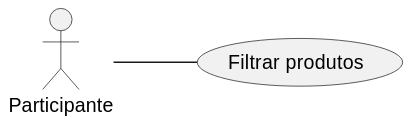
This is specs/casos_de_uso/svg/uml_uc11.svg from Phenrique-sousa/APS-documents, a PlantUML export, as it was before one commit.
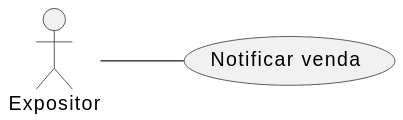
Later version of the same file.

Diff of the diagram source:
```diff
@@ -1,10 +1,9 @@
 @startuml
 left to right direction
 
-actor "Participante" as Usuario
+actor "Expositor" as Usuario
 
-usecase "Filtrar produtos" as UC2
+usecase "Notificar venda" as UC1
 
-Usuario -- UC2
-
+Usuario -- UC1
 @enduml
```
